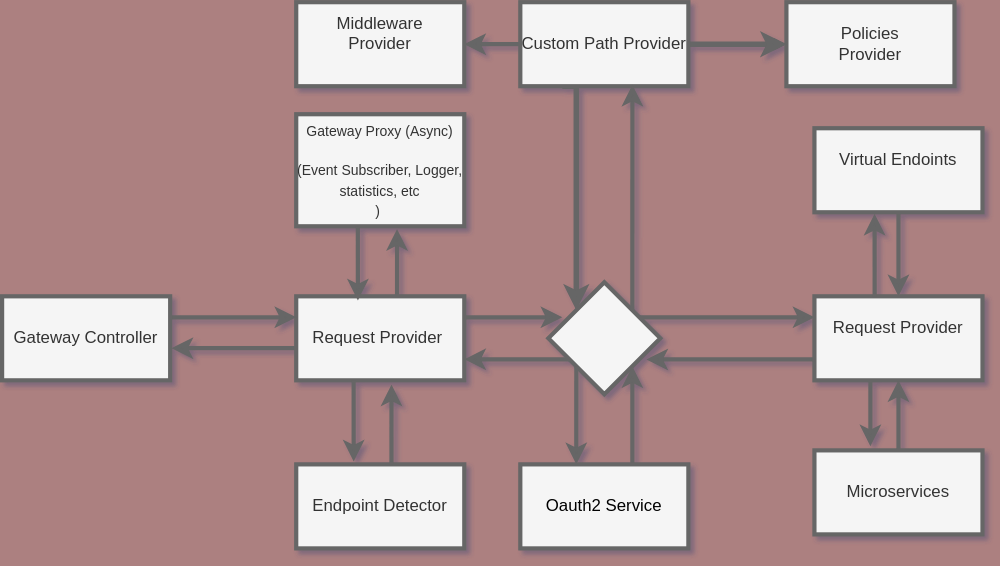
Before: module_diagram.svg, a diagram exported from draw.io (burakbalim/api-gw). Source tidied: cells renumbered, new cells last; positions are measured from the earlier drawing's top-left corner, leaving out a move shared by most shapes.
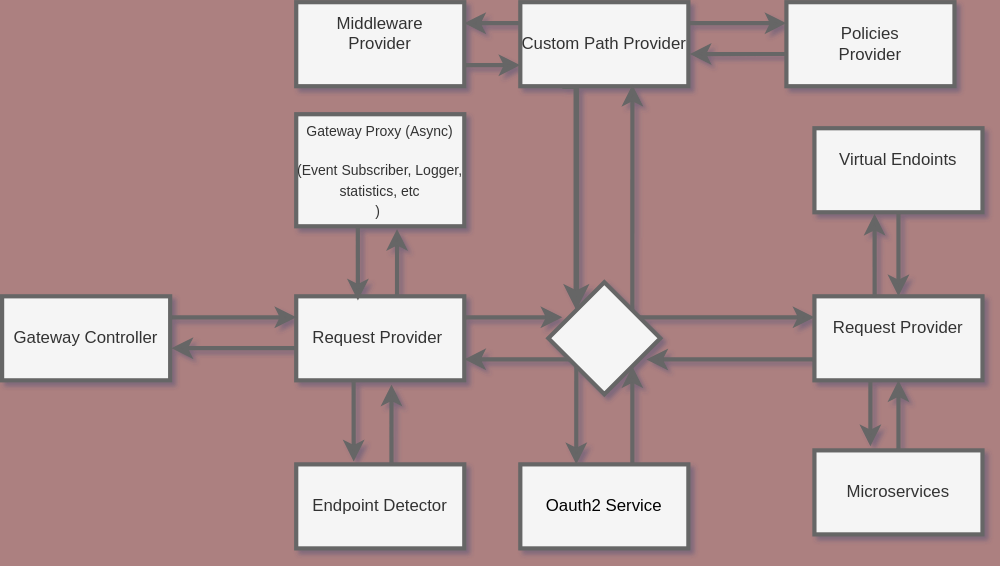
Later version of the same file.

Diff of the diagram source:
```diff
@@ -5,25 +5,35 @@
     <mxCell id="2" value="Policies&lt;div&gt;Provider&lt;/div&gt;" style="rounded=0;whiteSpace=wrap;html=1;strokeWidth=3;fillColor=#f5f5f5;strokeColor=#666666;fontColor=#333333;" parent="1" vertex="1">
       <mxGeometry x="560" width="120" height="60" as="geometry" />
     </mxCell>
-    <mxCell id="3" style="edgeStyle=orthogonalEdgeStyle;rounded=0;jettySize=auto;html=1;entryX=0;entryY=0.5;entryDx=0;entryDy=0;fillColor=#f5f5f5;strokeColor=#666666;" parent="1" edge="1" source="7" target="2">
-      <mxGeometry relative="1" as="geometry" />
-    </mxCell>
+    <mxCell id="6" style="edgeStyle=orthogonalEdgeStyle;rounded=0;jettySize=auto;html=1;entryX=0;entryY=0;entryDx=0;entryDy=0;exitX=0.25;exitY=1;exitDx=0;exitDy=0;strokeWidth=4;fillColor=#f5f5f5;strokeColor=#666666;" parent="1" edge="1" source="7" target="11">
+      <mxGeometry relative="1" as="geometry">
+        <Array as="points">
+          <mxPoint x="410" y="60" />
+        </Array>
+      </mxGeometry>
+    </mxCell>
-    <mxCell id="4" style="edgeStyle=orthogonalEdgeStyle;rounded=0;jettySize=auto;html=1;strokeWidth=3;fillColor=#f5f5f5;strokeColor=#666666;" parent="1" edge="1" source="7" target="8">
-      <mxGeometry relative="1" as="geometry" />
+    <mxCell id="4" style="edgeStyle=orthogonalEdgeStyle;rounded=0;jettySize=auto;html=1;entryX=1;entryY=0.25;entryDx=0;entryDy=0;strokeColor=light-dark(#666666, #ededed);strokeWidth=3;" parent="1" edge="1" source="7" target="8">
+      <mxGeometry relative="1" as="geometry">
+        <Array as="points">
+          <mxPoint x="360" y="15" />
+          <mxPoint x="360" y="15" />
+        </Array>
+      </mxGeometry>
     </mxCell>
-    <mxCell id="5" style="edgeStyle=orthogonalEdgeStyle;rounded=0;jettySize=auto;html=1;strokeWidth=4;fillColor=#f5f5f5;strokeColor=#666666;" parent="1" edge="1" source="7" target="2">
-      <mxGeometry relative="1" as="geometry" />
-    </mxCell>
-    <mxCell id="6" style="edgeStyle=orthogonalEdgeStyle;rounded=0;jettySize=auto;html=1;entryX=0;entryY=0;entryDx=0;entryDy=0;exitX=0.25;exitY=1;exitDx=0;exitDy=0;strokeWidth=4;fillColor=#f5f5f5;strokeColor=#666666;" parent="1" edge="1" source="7" target="11">
-      <mxGeometry relative="1" as="geometry">
-        <Array as="points">
-          <mxPoint x="410" y="60" />
-        </Array>
-      </mxGeometry>
-    </mxCell>
+    <mxCell id="35" style="edgeStyle=orthogonalEdgeStyle;rounded=0;jettySize=auto;html=1;exitX=1;exitY=0.25;exitDx=0;exitDy=0;entryX=0;entryY=0.25;entryDx=0;entryDy=0;strokeColor=light-dark(#666666, #ededed);strokeWidth=3;" parent="1" edge="1" source="7" target="2">
+      <mxGeometry relative="1" as="geometry" />
+    </mxCell>
     <mxCell id="7" value="Custom Path Provider" style="rounded=0;whiteSpace=wrap;html=1;strokeWidth=3;fillColor=#f5f5f5;strokeColor=#666666;fontColor=#333333;" parent="1" vertex="1">
       <mxGeometry x="370" width="120" height="60" as="geometry" />
     </mxCell>
+    <mxCell id="36" style="edgeStyle=orthogonalEdgeStyle;rounded=0;jettySize=auto;html=1;entryX=0;entryY=0.75;entryDx=0;entryDy=0;strokeColor=light-dark(#666666, #ededed);strokeWidth=3;" parent="1" edge="1" source="8" target="7">
+      <mxGeometry relative="1" as="geometry">
+        <Array as="points">
+          <mxPoint x="340" y="45" />
+          <mxPoint x="340" y="45" />
+        </Array>
+      </mxGeometry>
+    </mxCell>
     <mxCell id="8" value="Middleware&lt;div&gt;Provider&lt;div&gt;&lt;br&gt;&lt;/div&gt;&lt;/div&gt;" style="rounded=0;whiteSpace=wrap;html=1;strokeWidth=3;fillColor=#f5f5f5;strokeColor=#666666;fontColor=#333333;" parent="1" vertex="1">
       <mxGeometry x="210" width="120" height="60" as="geometry" />
     </mxCell>
@@ -159,5 +169,13 @@
     <mxCell id="34" value="&lt;span style=&quot;color: rgb(0, 0, 0);&quot;&gt;Oauth2 Service&lt;/span&gt;" style="rounded=0;whiteSpace=wrap;html=1;strokeWidth=3;fillColor=#f5f5f5;strokeColor=#666666;fontColor=#333333;" parent="1" vertex="1">
       <mxGeometry x="370" y="330" width="120" height="60" as="geometry" />
     </mxCell>
+    <mxCell id="37" style="edgeStyle=orthogonalEdgeStyle;rounded=0;jettySize=auto;html=1;entryX=1.008;entryY=0.617;entryDx=0;entryDy=0;entryPerimeter=0;strokeWidth=3;strokeColor=light-dark(#666666, #ededed);" parent="1" edge="1" source="2" target="7">
+      <mxGeometry relative="1" as="geometry">
+        <Array as="points">
+          <mxPoint x="550" y="37" />
+          <mxPoint x="550" y="37" />
+        </Array>
+      </mxGeometry>
+    </mxCell>
   </root>
 </mxGraphModel>
```
